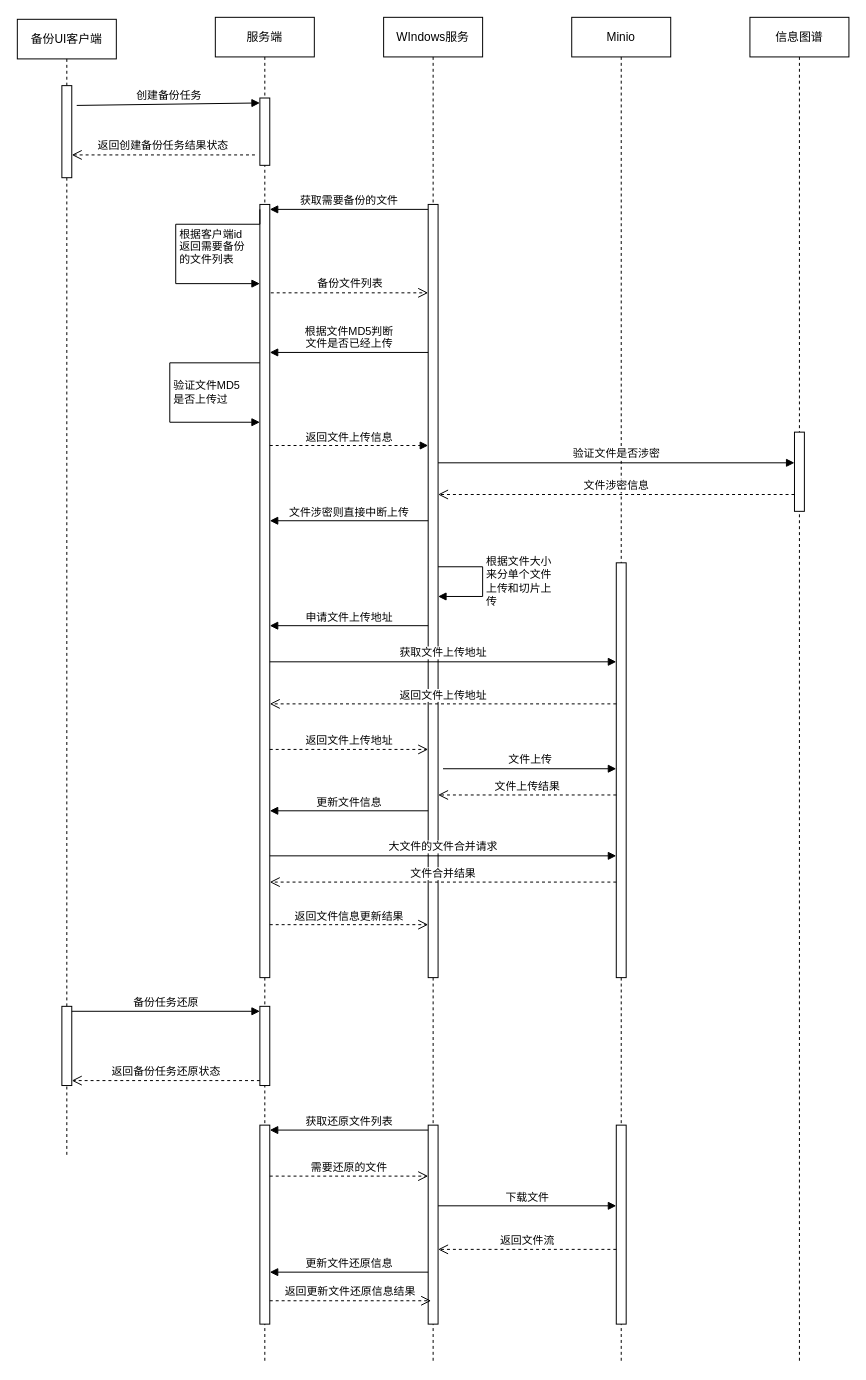
The draw.io diagram UML/备份工具/文件备份时序图.drawio in LonelyCodelang/docs, before the edit. Source tidied: cells renumbered, new cells numbered last; positions are measured from the earlier drawing's top-left corner, leaving out a move shared by most shapes. Both pictures are drawn from the tidied source at 99%, with x=0, y=0 at pixel (17, 17).
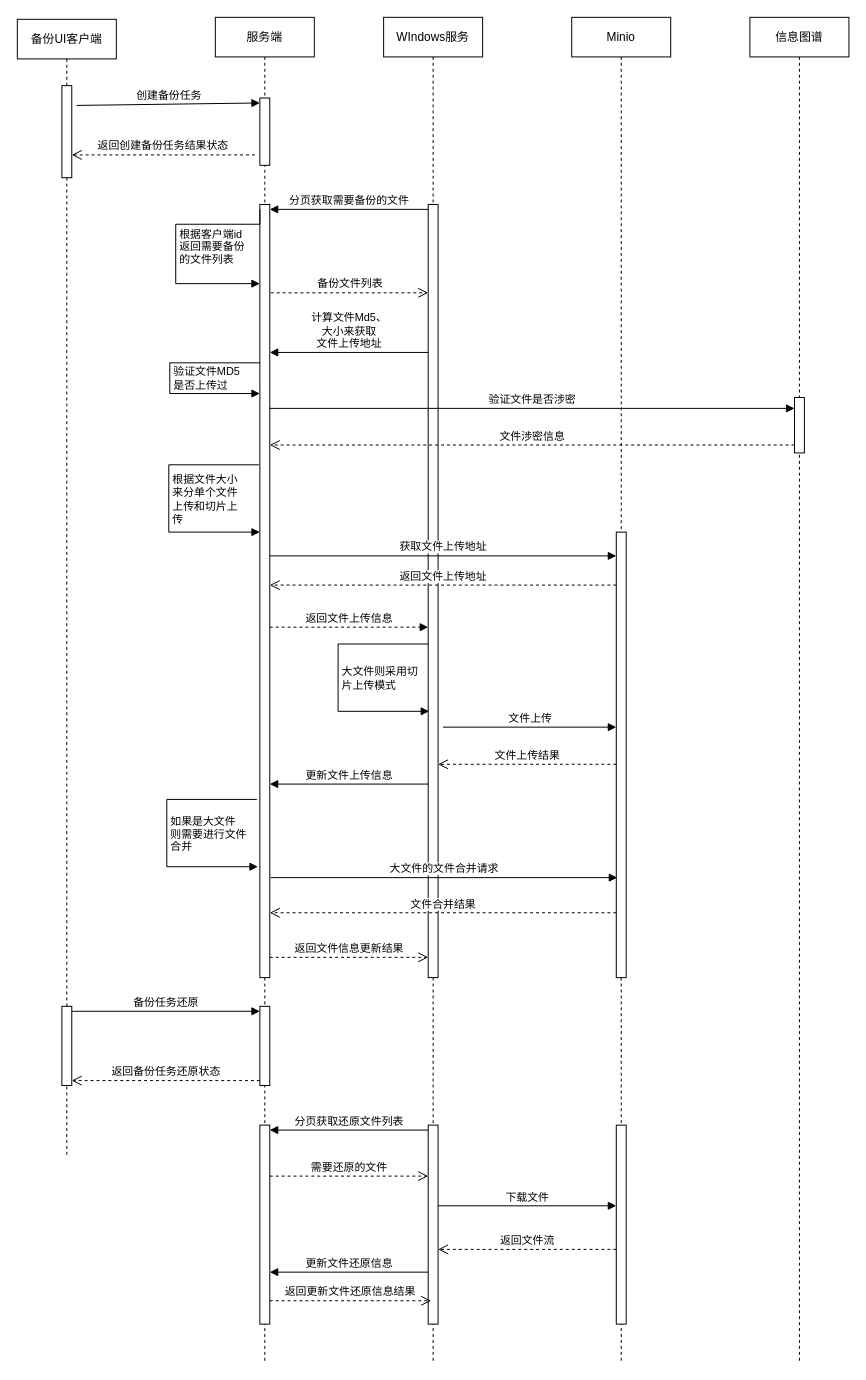
After the change.

Commit message:
更新文件备份时序图.drawio

The change refers to these unchanged cells:
```xml
<mxCell id="5" value="服务端" style="shape=umlLifeline;perimeter=lifelinePerimeter;whiteSpace=wrap;html=1;newEdgeStyle={&quot;curved&quot;:0,&quot;rounded&quot;:0};" parent="1" vertex="1">
  <mxGeometry x="200" width="100" height="1359" as="geometry" />
</mxCell>
<mxCell id="7" style="html=1;points=[[0,0,0,0,5],[0,1,0,0,-5],[1,0,0,0,5],[1,1,0,0,-5]];perimeter=orthogonalPerimeter;outlineConnect=0;targetShapes=umlLifeline;portConstraint=eastwest;newEdgeStyle={&quot;curved&quot;:0,&quot;rounded&quot;:0};" parent="5" vertex="1">
  <mxGeometry x="45" y="189" width="10" height="781" as="geometry" />
</mxCell>
<mxCell id="11" style="html=1;points=[[0,0,0,0,5],[0,1,0,0,-5],[1,0,0,0,5],[1,1,0,0,-5]];perimeter=orthogonalPerimeter;outlineConnect=0;targetShapes=umlLifeline;portConstraint=eastwest;newEdgeStyle={&quot;curved&quot;:0,&quot;rounded&quot;:0};" parent="5" vertex="1">
  <mxGeometry x="45" y="1119" width="10" height="201" as="geometry" />
</mxCell>
<mxCell id="12" value="WIndows服务" style="shape=umlLifeline;perimeter=lifelinePerimeter;whiteSpace=wrap;html=1;newEdgeStyle={&quot;curved&quot;:0,&quot;rounded&quot;:0};" parent="1" vertex="1">
  <mxGeometry x="370" width="100" height="1359" as="geometry" />
</mxCell>
<mxCell id="13" style="html=1;points=[[0,0,0,0,5],[0,1,0,0,-5],[1,0,0,0,5],[1,1,0,0,-5]];perimeter=orthogonalPerimeter;outlineConnect=0;targetShapes=umlLifeline;portConstraint=eastwest;newEdgeStyle={&quot;curved&quot;:0,&quot;rounded&quot;:0};" parent="12" vertex="1">
  <mxGeometry x="45" y="189" width="10" height="781" as="geometry" />
</mxCell>
<mxCell id="15" style="html=1;points=[[0,0,0,0,5],[0,1,0,0,-5],[1,0,0,0,5],[1,1,0,0,-5]];perimeter=orthogonalPerimeter;outlineConnect=0;targetShapes=umlLifeline;portConstraint=eastwest;newEdgeStyle={&quot;curved&quot;:0,&quot;rounded&quot;:0};" parent="12" vertex="1">
  <mxGeometry x="45" y="1119" width="10" height="201" as="geometry" />
</mxCell>
<mxCell id="16" value="Minio" style="shape=umlLifeline;perimeter=lifelinePerimeter;whiteSpace=wrap;html=1;newEdgeStyle={&quot;curved&quot;:0,&quot;rounded&quot;:0};" parent="1" vertex="1">
  <mxGeometry x="560" width="100" height="1359" as="geometry" />
</mxCell>
<mxCell id="19" value="信息图谱" style="shape=umlLifeline;perimeter=lifelinePerimeter;whiteSpace=wrap;html=1;newEdgeStyle={&quot;curved&quot;:0,&quot;rounded&quot;:0};" parent="1" vertex="1">
  <mxGeometry x="740" width="100" height="1359" as="geometry" />
</mxCell>
```

The edit, as a diff of the source:
```diff
@@
     <mxCell id="9" value="验证文件MD5&lt;br&gt;是否上传过" style="html=1;align=left;spacingLeft=2;endArrow=block;rounded=0;edgeStyle=orthogonalEdgeStyle;curved=0;rounded=0;" parent="5" edge="1" source="7" target="7">
       <mxGeometry relative="1" as="geometry">
         <Array as="points">
           <mxPoint x="-46" y="349" />
-          <mxPoint x="-46" y="409" />
+          <mxPoint x="-46" y="380" />
         </Array>
       </mxGeometry>
     </mxCell>
@@
-    <mxCell id="14" value="根据文件大小&lt;br style=&quot;border-color: var(--border-color);&quot;&gt;来分单个文件&lt;br style=&quot;border-color: var(--border-color);&quot;&gt;上传和切片上&lt;br style=&quot;border-color: var(--border-color);&quot;&gt;传" style="html=1;align=left;spacingLeft=2;endArrow=block;rounded=0;edgeStyle=orthogonalEdgeStyle;curved=0;rounded=0;" parent="12" edge="1">
-      <mxGeometry relative="1" as="geometry">
-        <mxPoint x="55" y="555" as="sourcePoint" />
-        <mxPoint x="55" y="585" as="targetPoint" />
-        <Array as="points">
-          <mxPoint x="100" y="555" />
-          <mxPoint x="100" y="585" />
-        </Array>
-      </mxGeometry>
-    </mxCell>
@@
     <mxCell id="17" style="html=1;points=[[0,0,0,0,5],[0,1,0,0,-5],[1,0,0,0,5],[1,1,0,0,-5]];perimeter=orthogonalPerimeter;outlineConnect=0;targetShapes=umlLifeline;portConstraint=eastwest;newEdgeStyle={&quot;curved&quot;:0,&quot;rounded&quot;:0};" parent="16" vertex="1">
-      <mxGeometry x="45" y="551" width="10" height="419" as="geometry" />
+      <mxGeometry x="45" y="520" width="10" height="450" as="geometry" />
     </mxCell>
@@
     <mxCell id="20" style="html=1;perimeter=orthogonalPerimeter;targetShapes=umlLifeline;newEdgeStyle={&quot;curved&quot;:0,&quot;rounded&quot;:0};" parent="19" vertex="1">
-      <mxGeometry x="45" y="419" width="10" height="80" as="geometry" />
+      <mxGeometry x="45" y="384" width="10" height="56" as="geometry" />
     </mxCell>
@@
-    <mxCell id="23" value="获取需要备份的文件" style="html=1;verticalAlign=bottom;endArrow=block;curved=0;rounded=0;entryX=1;entryY=0;entryDx=0;entryDy=5;entryPerimeter=0;exitX=0;exitY=0;exitDx=0;exitDy=5;exitPerimeter=0;" parent="1" edge="1" source="13" target="7">
+    <mxCell id="23" value="分页获取需要备份的文件" style="html=1;verticalAlign=bottom;endArrow=block;curved=0;rounded=0;entryX=1;entryY=0;entryDx=0;entryDy=5;entryPerimeter=0;exitX=0;exitY=0;exitDx=0;exitDy=5;exitPerimeter=0;" parent="1" edge="1" source="13" target="7">
       <mxGeometry relative="1" as="geometry" />
     </mxCell>
@@
-    <mxCell id="25" value="根据文件MD5判断&lt;br&gt;文件是否已经上传" style="html=1;verticalAlign=bottom;endArrow=block;curved=0;rounded=0;" parent="1" edge="1">
+    <mxCell id="25" value="计算文件Md5、&lt;br&gt;大小来获取&lt;br&gt;文件上传地址" style="html=1;verticalAlign=bottom;endArrow=block;curved=0;rounded=0;" parent="1" edge="1">
       <mxGeometry relative="1" as="geometry">
         <mxPoint x="415" y="338.5" as="sourcePoint" />
         <mxPoint x="255" y="338.5" as="targetPoint" />
       </mxGeometry>
     </mxCell>
     <mxCell id="26" value="返回文件上传信息" style="html=1;verticalAlign=bottom;endArrow=block;curved=0;rounded=0;dashed=1;" parent="1" edge="1">
       <mxGeometry relative="1" as="geometry">
-        <mxPoint x="255" y="432.5" as="sourcePoint" />
-        <mxPoint x="415" y="432.5" as="targetPoint" />
+        <mxPoint x="255" y="616" as="sourcePoint" />
+        <mxPoint x="415" y="616" as="targetPoint" />
       </mxGeometry>
     </mxCell>
-    <mxCell id="27" value="申请文件上传地址" style="html=1;verticalAlign=bottom;endArrow=block;curved=0;rounded=0;" parent="1" edge="1">
-      <mxGeometry relative="1" as="geometry">
-        <mxPoint x="415" y="614.5" as="sourcePoint" />
-        <mxPoint x="255" y="614.5" as="targetPoint" />
-      </mxGeometry>
-    </mxCell>
     <mxCell id="28" value="获取文件上传地址" style="html=1;verticalAlign=bottom;endArrow=block;curved=0;rounded=0;" parent="1" edge="1">
       <mxGeometry relative="1" as="geometry">
-        <mxPoint x="255" y="651" as="sourcePoint" />
-        <mxPoint x="605" y="651" as="targetPoint" />
+        <mxPoint x="255" y="544" as="sourcePoint" />
+        <mxPoint x="605" y="544" as="targetPoint" />
       </mxGeometry>
     </mxCell>
     <mxCell id="29" value="返回文件上传地址" style="html=1;verticalAlign=bottom;endArrow=open;dashed=1;endSize=8;curved=0;rounded=0;" parent="1" edge="1">
       <mxGeometry relative="1" as="geometry">
-        <mxPoint x="605" y="693.5" as="sourcePoint" />
-        <mxPoint x="255" y="693.5" as="targetPoint" />
+        <mxPoint x="605" y="573.5" as="sourcePoint" />
+        <mxPoint x="255" y="573.5" as="targetPoint" />
       </mxGeometry>
     </mxCell>
-    <mxCell id="30" value="返回文件上传地址" style="html=1;verticalAlign=bottom;endArrow=open;dashed=1;endSize=8;curved=0;rounded=0;" parent="1" edge="1">
-      <mxGeometry relative="1" as="geometry">
-        <mxPoint x="255" y="739.5" as="sourcePoint" />
-        <mxPoint x="415" y="739.5" as="targetPoint" />
-      </mxGeometry>
-    </mxCell>
     <mxCell id="31" value="验证文件是否涉密" style="html=1;verticalAlign=bottom;endArrow=block;curved=0;rounded=0;" parent="1" edge="1">
       <mxGeometry relative="1" as="geometry">
-        <mxPoint x="425" y="450" as="sourcePoint" />
-        <mxPoint x="785" y="450" as="targetPoint" />
+        <mxPoint x="255" y="395" as="sourcePoint" />
+        <mxPoint x="785" y="395" as="targetPoint" />
       </mxGeometry>
     </mxCell>
-    <mxCell id="32" value="文件涉密信息" style="html=1;verticalAlign=bottom;endArrow=open;dashed=1;endSize=8;curved=0;rounded=0;" parent="1" edge="1">
+    <mxCell id="32" value="文件涉密信息" style="html=1;verticalAlign=bottom;endArrow=open;dashed=1;endSize=8;curved=0;rounded=0;" parent="1" edge="1" target="7">
       <mxGeometry relative="1" as="geometry">
-        <mxPoint x="785" y="482" as="sourcePoint" />
-        <mxPoint x="425" y="482" as="targetPoint" />
+        <mxPoint x="785" y="432" as="sourcePoint" />
       </mxGeometry>
     </mxCell>
-    <mxCell id="33" value="文件涉密则直接中断上传" style="html=1;verticalAlign=bottom;endArrow=block;curved=0;rounded=0;" parent="1" edge="1">
-      <mxGeometry relative="1" as="geometry">
-        <mxPoint x="415" y="508.5" as="sourcePoint" />
-        <mxPoint x="255" y="508.5" as="targetPoint" />
-      </mxGeometry>
-    </mxCell>
-    <mxCell id="34" value="文件上传" style="html=1;verticalAlign=bottom;endArrow=block;curved=0;rounded=0;" parent="1" edge="1" target="17">
+    <mxCell id="34" value="文件上传" style="html=1;verticalAlign=bottom;endArrow=block;curved=0;rounded=0;" parent="1" edge="1">
       <mxGeometry relative="1" as="geometry">
-        <mxPoint x="430" y="759" as="sourcePoint" />
+        <mxPoint x="430" y="717" as="sourcePoint" />
+        <mxPoint x="605" y="717" as="targetPoint" />
       </mxGeometry>
     </mxCell>
-    <mxCell id="35" value="更新文件信息" style="html=1;verticalAlign=bottom;endArrow=block;curved=0;rounded=0;" parent="1" edge="1">
+    <mxCell id="35" value="更新文件上传信息" style="html=1;verticalAlign=bottom;endArrow=block;curved=0;rounded=0;" parent="1" edge="1">
       <mxGeometry relative="1" as="geometry">
-        <mxPoint x="415" y="801.5" as="sourcePoint" />
-        <mxPoint x="255" y="801.5" as="targetPoint" />
+        <mxPoint x="415" y="774.5" as="sourcePoint" />
+        <mxPoint x="255" y="774.5" as="targetPoint" />
       </mxGeometry>
     </mxCell>
     <mxCell id="36" value="大文件的文件合并请求" style="html=1;verticalAlign=bottom;endArrow=block;curved=0;rounded=0;" parent="1" edge="1">
       <mxGeometry relative="1" as="geometry">
-        <mxPoint x="255" y="847" as="sourcePoint" />
-        <mxPoint x="605" y="847" as="targetPoint" />
+        <mxPoint x="256" y="869" as="sourcePoint" />
+        <mxPoint x="606" y="869" as="targetPoint" />
       </mxGeometry>
     </mxCell>
     <mxCell id="37" value="文件上传结果" style="html=1;verticalAlign=bottom;endArrow=open;dashed=1;endSize=8;curved=0;rounded=0;" parent="1" edge="1">
       <mxGeometry relative="1" as="geometry">
-        <mxPoint x="605" y="785.5" as="sourcePoint" />
-        <mxPoint x="425" y="785.5" as="targetPoint" />
+        <mxPoint x="605" y="754.5" as="sourcePoint" />
+        <mxPoint x="425" y="754.5" as="targetPoint" />
       </mxGeometry>
     </mxCell>
     <mxCell id="38" value="文件合并结果" style="html=1;verticalAlign=bottom;endArrow=open;dashed=1;endSize=8;curved=0;rounded=0;" parent="1" edge="1">
       <mxGeometry relative="1" as="geometry">
-        <mxPoint x="605" y="873.5" as="sourcePoint" />
-        <mxPoint x="255" y="873.5" as="targetPoint" />
+        <mxPoint x="605" y="904.5" as="sourcePoint" />
+        <mxPoint x="255" y="904.5" as="targetPoint" />
       </mxGeometry>
     </mxCell>
     <mxCell id="39" value="返回文件信息更新结果" style="html=1;verticalAlign=bottom;endArrow=open;dashed=1;endSize=8;curved=0;rounded=0;" parent="1" edge="1">
       <mxGeometry relative="1" as="geometry">
-        <mxPoint x="255" y="916.5" as="sourcePoint" />
-        <mxPoint x="415" y="916.5" as="targetPoint" />
+        <mxPoint x="255" y="949.5" as="sourcePoint" />
+        <mxPoint x="415" y="949.5" as="targetPoint" />
       </mxGeometry>
     </mxCell>
@@
-    <mxCell id="42" value="获取还原文件列表" style="html=1;verticalAlign=bottom;endArrow=block;curved=0;rounded=0;exitX=0;exitY=0;exitDx=0;exitDy=5;exitPerimeter=0;entryX=1;entryY=0;entryDx=0;entryDy=5;entryPerimeter=0;" parent="1" edge="1" source="15" target="11">
+    <mxCell id="42" value="分页获取还原文件列表" style="html=1;verticalAlign=bottom;endArrow=block;curved=0;rounded=0;exitX=0;exitY=0;exitDx=0;exitDy=5;exitPerimeter=0;entryX=1;entryY=0;entryDx=0;entryDy=5;entryPerimeter=0;" parent="1" edge="1" source="15" target="11">
       <mxGeometry relative="1" as="geometry" />
     </mxCell>
@@
+    <mxCell id="14" value="根据文件大小&lt;br style=&quot;border-color: var(--border-color);&quot;&gt;来分单个文件&lt;br style=&quot;border-color: var(--border-color);&quot;&gt;上传和切片上&lt;br style=&quot;border-color: var(--border-color);&quot;&gt;传" style="html=1;align=left;spacingLeft=2;endArrow=block;rounded=0;edgeStyle=orthogonalEdgeStyle;curved=0;rounded=0;" parent="1" edge="1" target="7">
+      <mxGeometry relative="1" as="geometry">
+        <mxPoint x="244" y="452" as="sourcePoint" />
+        <Array as="points">
+          <mxPoint x="153" y="452" />
+          <mxPoint x="153" y="520" />
+        </Array>
+      </mxGeometry>
+    </mxCell>
+    <mxCell id="48" value="大文件则采用切&lt;br&gt;片上传模式" style="html=1;align=left;spacingLeft=2;endArrow=block;rounded=0;edgeStyle=orthogonalEdgeStyle;curved=0;rounded=0;" parent="1" edge="1">
+      <mxGeometry relative="1" as="geometry">
+        <mxPoint x="415" y="633" as="sourcePoint" />
+        <mxPoint x="416" y="701" as="targetPoint" />
+        <Array as="points">
+          <mxPoint x="324" y="633" />
+          <mxPoint x="324" y="701" />
+        </Array>
+      </mxGeometry>
+    </mxCell>
+    <mxCell id="49" value="如果是大文件&lt;br&gt;则需要进行文件&lt;br&gt;合并" style="html=1;align=left;spacingLeft=2;endArrow=block;rounded=0;edgeStyle=orthogonalEdgeStyle;curved=0;rounded=0;" parent="1" edge="1">
+      <mxGeometry relative="1" as="geometry">
+        <mxPoint x="242" y="790" as="sourcePoint" />
+        <mxPoint x="243" y="858" as="targetPoint" />
+        <Array as="points">
+          <mxPoint x="151" y="790" />
+          <mxPoint x="151" y="858" />
+        </Array>
+      </mxGeometry>
+    </mxCell>
```
